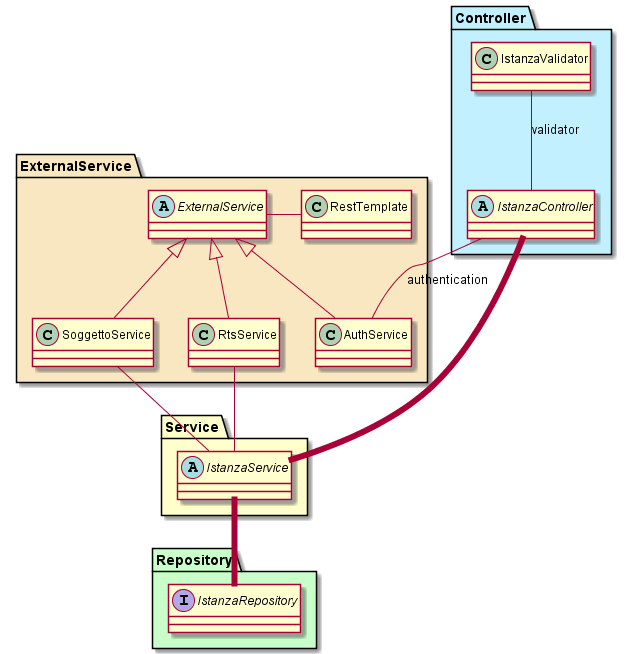
Earlier version of the PlantUML export z-uml/class-diagram.png (Tiberio-B/inserimento-istanze-service).
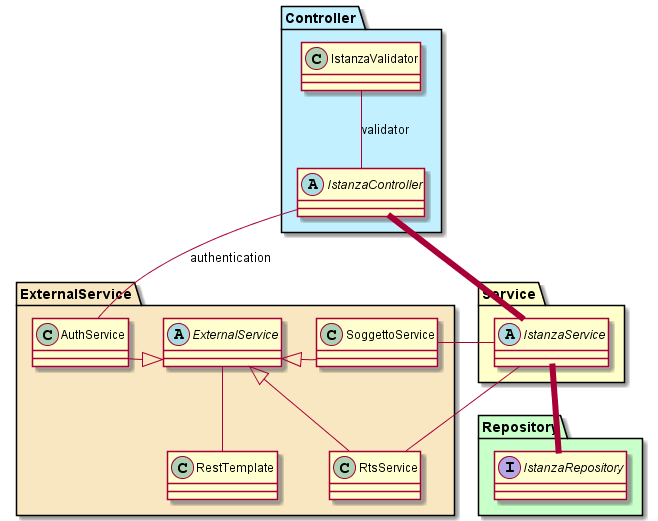
After the change.

The edit, as a diff of the source:
```diff
@@ -20,9 +20,11 @@
 		class AuthService extends ExternalService
 		class RtsService extends ExternalService
 		class RestTemplate
-		ExternalService -right- RestTemplate
-		SoggettoService -- IstanzaService
-		RtsService -- IstanzaService
+		ExternalService -- RestTemplate
+		SoggettoService -left- IstanzaService
+		SoggettoService -[hidden]left- ExternalService
+		AuthService -[hidden]right- ExternalService
+		RtsService -left- IstanzaService
 		IstanzaController -- AuthService : authentication
 	}
 
```
